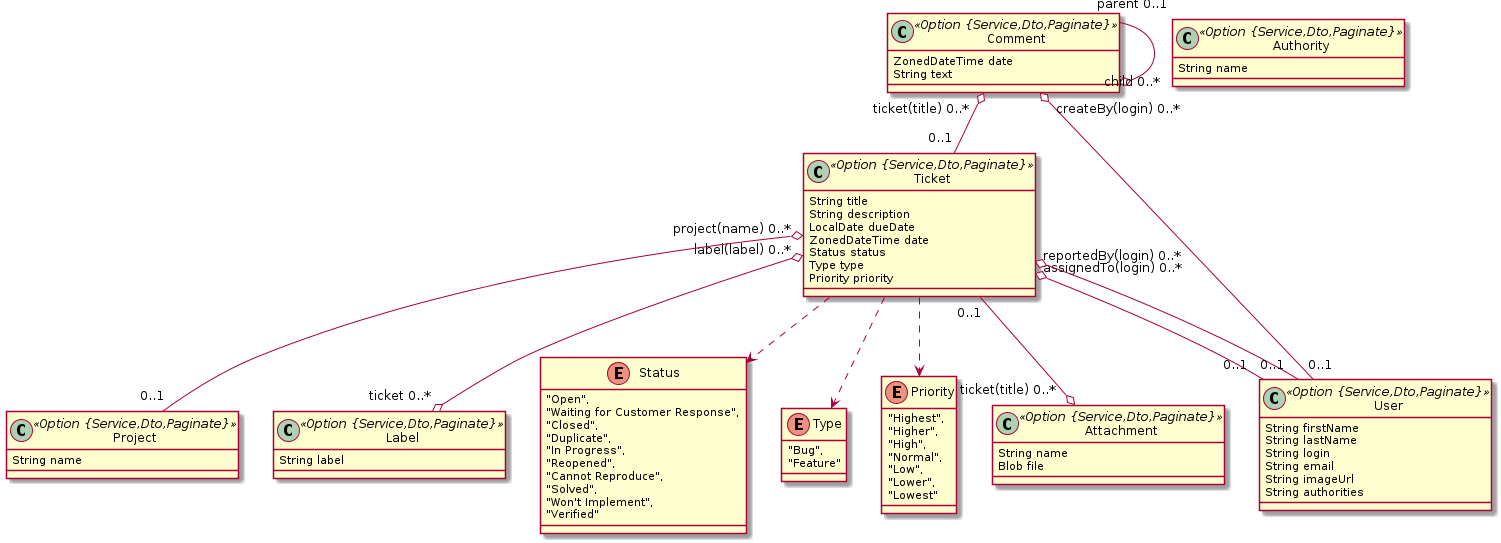
Before: .jdl-sample/bug-tracker-v1.png, a diagram exported from PlantUML (VergilSkye/exemplo-jenkins).
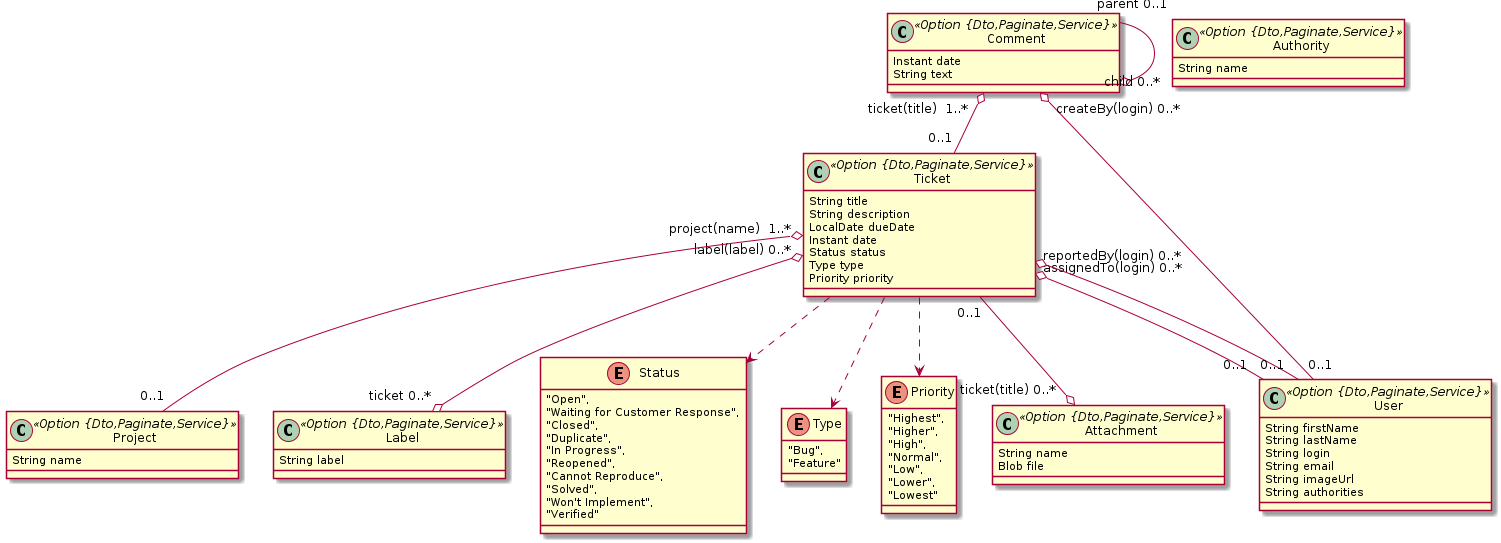
Later version of the same file.

The edit, as a diff of the source:
```diff
@@ -1,16 +1,16 @@
 @startuml
 	!pragma syntax class
-	class Project <<Option {Service,Dto,Paginate}>> {
+	class Project <<Option {Dto,Paginate,Service}>> {
 		String name
 	}
-	class Label <<Option {Service,Dto,Paginate}>> {
+	class Label <<Option {Dto,Paginate,Service}>> {
 		String label
 	}
-	class Ticket <<Option {Service,Dto,Paginate}>> {
+	class Ticket <<Option {Dto,Paginate,Service}>> {
 		String title
 		String description
 		LocalDate dueDate
-		ZonedDateTime date
+		Instant date
 		Status status
 		Type type
 		Priority priority
@@ -18,16 +18,16 @@
 	Ticket ..> Status
 	Ticket ..> Type
 	Ticket ..> Priority
-	class Attachment <<Option {Service,Dto,Paginate}>> {
+	class Attachment <<Option {Dto,Paginate,Service}>> {
 		String name
 		Blob file
 	}
 	Ticket  "label(label) 0..* " o--o "ticket 0..* "  Label
-	Ticket  "project(name) 0..* " o-- "0..1 "  Project
+	Ticket  "project(name)  1..* " o-- "0..1 "  Project
 	Ticket  "assignedTo(login) 0..* " o-- "0..1 "  User
 	Ticket  "reportedBy(login) 0..* " o-- "0..1 "  User
 	Comment  "createBy(login) 0..* " o-- "0..1 "  User
-	Comment  "ticket(title) 0..* " o-- "0..1 "  Ticket
+	Comment  "ticket(title)  1..* " o-- "0..1 "  Ticket
 	Comment  "parent 0..1 " --o "child 0..* "  Comment
 	Ticket  "0..1 " --o "ticket(title) 0..* "  Attachment
 	enum Status {
@@ -55,14 +55,14 @@
 		"Lower",
 		"Lowest"
 	}
-	class Comment <<Option {Service,Dto,Paginate}>> {
-		ZonedDateTime date
+	class Comment <<Option {Dto,Paginate,Service}>> {
+		Instant date
 		String text
 	}
-	class Authority <<Option {Service,Dto,Paginate}>> {
+	class Authority <<Option {Dto,Paginate,Service}>> {
 		String name
 	}
-	class User <<Option {Service,Dto,Paginate}>> {
+	class User <<Option {Dto,Paginate,Service}>> {
 		String firstName
 		String lastName
 		String login
```
